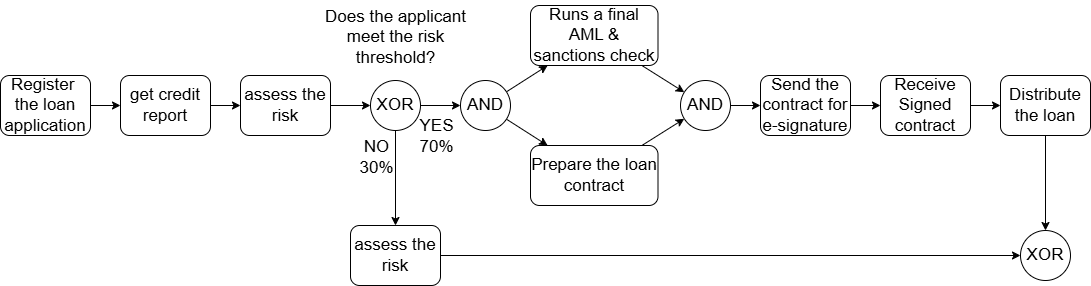
jalaliamin/bpdi keeps this draw.io diagram as images/0207_asismodel.png. Above is the earlier version. Source tidied: cells renumbered, new cells last; positions are measured from the earlier drawing's top-left corner, leaving out a move shared by most shapes.
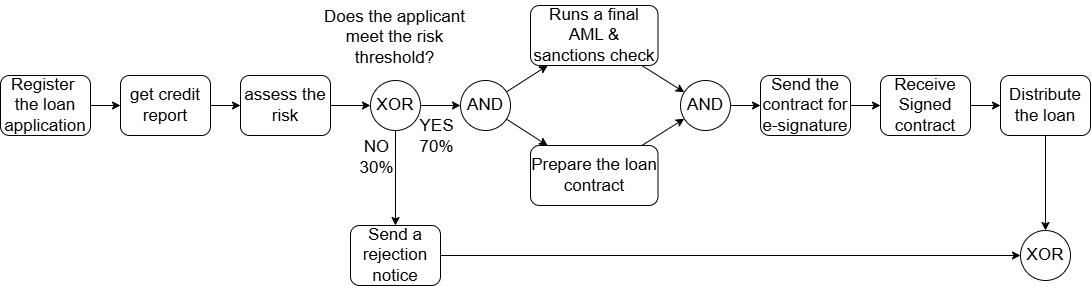
The same file after the commit.

Change to the diagram source:
```diff
@@ -42,7 +42,7 @@
     <mxCell id="13" style="rounded=0;jettySize=auto;html=1;" parent="1" edge="1" source="14" target="30">
       <mxGeometry relative="1" as="geometry" />
     </mxCell>
-    <mxCell id="14" value="assess the risk" style="rounded=1;whiteSpace=wrap;html=1;fontSize=17;" parent="1" vertex="1">
+    <mxCell id="14" value="Send a rejection notice" style="rounded=1;whiteSpace=wrap;html=1;fontSize=17;" parent="1" vertex="1">
       <mxGeometry x="350" y="225" width="90" height="60" as="geometry" />
     </mxCell>
     <mxCell id="15" style="rounded=0;jettySize=auto;html=1;" parent="1" edge="1" source="16" target="27">
```
